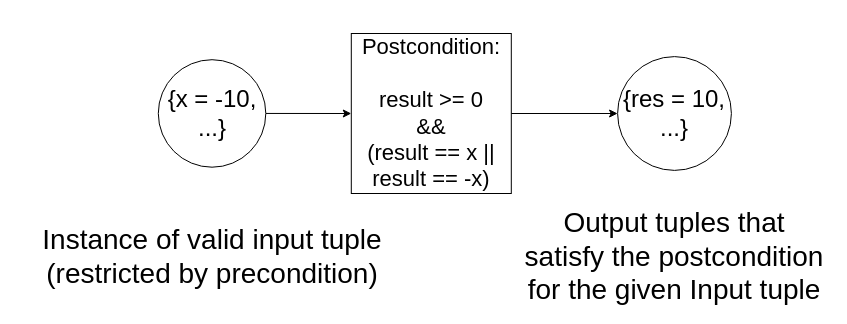
Above: figures/mappings/PostconditionMappingSP.drawio in caiovpsilveira/Postcondition-Completeness (draw.io), before the change. Source tidied: cells renumbered, new cells numbered last; positions are measured from the earlier drawing's top-left corner, leaving out a move shared by most shapes. Both pictures are drawn from the tidied source at 100%, with x=0, y=0 at pixel (17, 33).
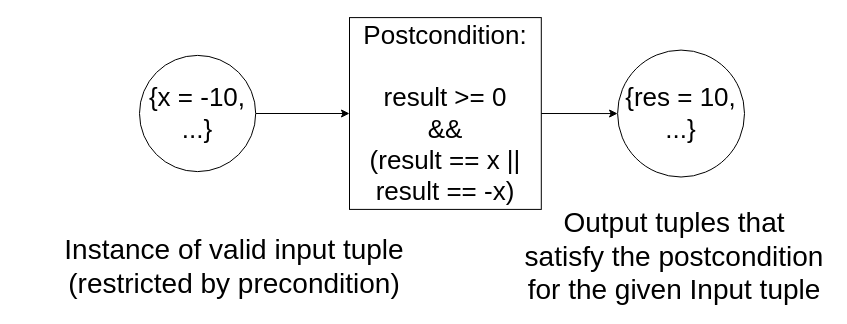
The same page after the edit.

Change to the diagram source:
```diff
@@
 <mxGraphModel>
   <root>
     <mxCell id="0" />
     <mxCell id="1" parent="0" />
     <mxCell id="2" style="edgeStyle=orthogonalEdgeStyle;rounded=0;jettySize=auto;html=1;exitX=1;exitY=0.5;exitDx=0;exitDy=0;entryX=0;entryY=0.5;entryDx=0;entryDy=0;" parent="1" edge="1" source="3" target="4">
       <mxGeometry relative="1" as="geometry" />
     </mxCell>
-    <mxCell id="3" value="&lt;div&gt;&lt;font style=&quot;font-size: 24px;&quot;&gt;{x = -10,&lt;/font&gt;&lt;/div&gt;&lt;div&gt;&lt;font style=&quot;font-size: 24px;&quot;&gt;...}&lt;/font&gt;&lt;/div&gt;" style="ellipse;whiteSpace=wrap;html=1;" parent="1" vertex="1">
-      <mxGeometry x="140.8" y="26.2" width="107.5" height="107.5" as="geometry" />
+    <mxCell id="3" value="&lt;div&gt;&lt;font style=&quot;font-size: 26px;&quot;&gt;{x = -10,&lt;/font&gt;&lt;/div&gt;&lt;div&gt;&lt;font style=&quot;font-size: 26px;&quot;&gt;...}&lt;/font&gt;&lt;/div&gt;" style="ellipse;whiteSpace=wrap;html=1;" parent="1" vertex="1">
+      <mxGeometry x="122" y="21.9" width="116.2" height="116.2" as="geometry" />
     </mxCell>
-    <mxCell id="4" value="&lt;div&gt;&lt;font style=&quot;font-size: 22px;&quot;&gt;Postcondition:&lt;/font&gt;&lt;/div&gt;&lt;div&gt;&lt;font style=&quot;font-size: 22px;&quot;&gt;&lt;br&gt;&lt;/font&gt;&lt;/div&gt;&lt;div&gt;&lt;font style=&quot;font-size: 22px;&quot;&gt;result &amp;gt;= 0&lt;/font&gt;&lt;/div&gt;&lt;div&gt;&lt;font style=&quot;font-size: 22px;&quot;&gt;&amp;amp;&amp;amp;&lt;/font&gt;&lt;/div&gt;&lt;div&gt;&lt;font style=&quot;font-size: 22px;&quot;&gt;(result == x ||&lt;/font&gt;&lt;/div&gt;&lt;div&gt;&lt;font style=&quot;font-size: 22px;&quot;&gt;result == -x)&lt;/font&gt;&lt;/div&gt;" style="whiteSpace=wrap;html=1;" parent="1" vertex="1">
-      <mxGeometry x="333.8" width="160" height="160" as="geometry" />
+    <mxCell id="4" value="&lt;div&gt;&lt;font style=&quot;font-size: 26px;&quot;&gt;Postcondition:&lt;/font&gt;&lt;/div&gt;&lt;div&gt;&lt;font style=&quot;font-size: 26px;&quot;&gt;&lt;br&gt;&lt;/font&gt;&lt;/div&gt;&lt;div&gt;&lt;font style=&quot;font-size: 26px;&quot;&gt;result &amp;gt;= 0&lt;/font&gt;&lt;/div&gt;&lt;div&gt;&lt;font style=&quot;font-size: 26px;&quot;&gt;&amp;amp;&amp;amp;&lt;/font&gt;&lt;/div&gt;&lt;div&gt;&lt;font style=&quot;font-size: 26px;&quot;&gt;(result == x ||&lt;/font&gt;&lt;/div&gt;&lt;div&gt;&lt;font style=&quot;font-size: 26px;&quot;&gt;result == -x)&lt;/font&gt;&lt;/div&gt;" style="whiteSpace=wrap;html=1;" parent="1" vertex="1">
+      <mxGeometry x="332" y="-15.9" width="191.8" height="191.8" as="geometry" />
     </mxCell>
     <mxCell id="5" value="&lt;font style=&quot;font-size: 28px;&quot;&gt;Output tuples that satisfy the postcondition for the given Input tuple&lt;/font&gt;" style="text;html=1;whiteSpace=wrap;strokeColor=none;fillColor=none;align=center;verticalAlign=middle;rounded=0;" parent="1" vertex="1">
       <mxGeometry x="502" y="200" width="310" height="45" as="geometry" />
     </mxCell>
     <mxCell id="6" value="&lt;div&gt;&lt;font style=&quot;font-size: 28px;&quot;&gt;Instance of valid input tuple&lt;/font&gt;&lt;/div&gt;&lt;div&gt;&lt;font style=&quot;font-size: 28px;&quot;&gt;(restricted by precondition)&lt;/font&gt;&lt;/div&gt;" style="text;html=1;whiteSpace=wrap;strokeColor=none;fillColor=none;align=center;verticalAlign=middle;rounded=0;" parent="1" vertex="1">
-      <mxGeometry x="-0.5" y="200" width="390" height="45" as="geometry" />
+      <mxGeometry x="22" y="210" width="390" height="45" as="geometry" />
     </mxCell>
-    <mxCell id="7" value="&lt;div&gt;&lt;font style=&quot;font-size: 24px;&quot;&gt;{res = 10,&lt;/font&gt;&lt;/div&gt;&lt;div&gt;&lt;font style=&quot;font-size: 24px;&quot;&gt;...}&lt;/font&gt;&lt;/div&gt;" style="ellipse;whiteSpace=wrap;html=1;" parent="1" vertex="1">
-      <mxGeometry x="600.1" y="23.1" width="113.8" height="113.8" as="geometry" />
+    <mxCell id="7" value="&lt;div&gt;&lt;font style=&quot;font-size: 26px;&quot;&gt;{res = 10,&lt;/font&gt;&lt;/div&gt;&lt;div&gt;&lt;font style=&quot;font-size: 26px;&quot;&gt;...}&lt;/font&gt;&lt;/div&gt;" style="ellipse;whiteSpace=wrap;html=1;" parent="1" vertex="1">
+      <mxGeometry x="600.1" y="16.6" width="126.9" height="126.9" as="geometry" />
     </mxCell>
     <mxCell id="8" style="endArrow=classic;html=1;rounded=0;entryX=0;entryY=0.5;entryDx=0;entryDy=0;exitX=1;exitY=0.5;exitDx=0;exitDy=0;" parent="1" edge="1" source="4" target="7">
       <mxGeometry relative="1" as="geometry" />
     </mxCell>
   </root>
 </mxGraphModel>
```
